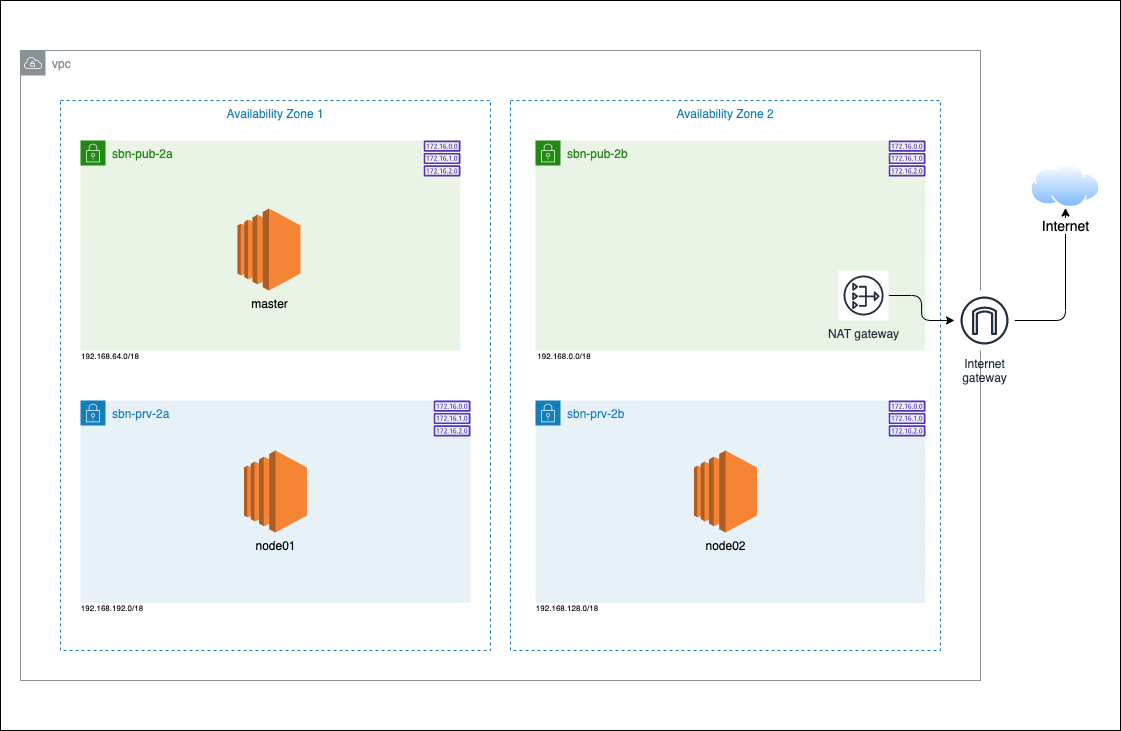
Earlier version of the draw.io export img/diagram_before.png (lessandro-ugulino/ec2-docker-swarm-automation). Source tidied: cells renumbered, new cells last; positions are measured from the earlier drawing's top-left corner, leaving out a move shared by most shapes.
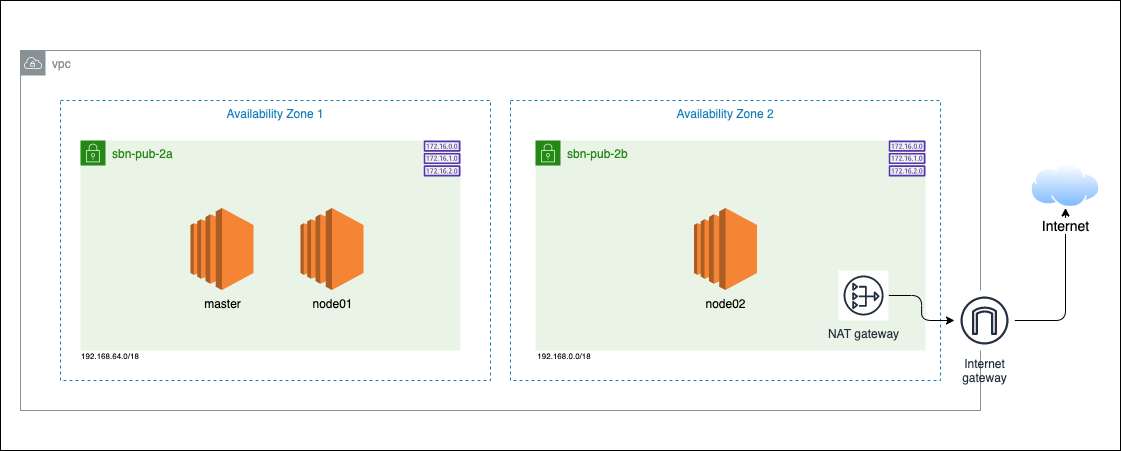
Later version of the same file.

The edit, as a diff of the source:
```diff
@@ -2,21 +2,18 @@
   <root>
     <mxCell id="0" />
     <mxCell id="1" parent="0" />
+    <mxCell id="25" style="rounded=0;whiteSpace=wrap;html=1;strokeColor=#000000;fillColor=none;" parent="1" vertex="1">
+      <mxGeometry width="1120" height="450" as="geometry" />
+    </mxCell>
+    <mxCell id="4" value="vpc" style="gradientColor=none;html=1;whiteSpace=wrap;fontSize=12;fontStyle=0;shape=mxgraph.aws4.group;grIcon=mxgraph.aws4.group_vpc;strokeColor=#879196;fillColor=none;verticalAlign=top;align=left;spacingLeft=30;fontColor=#879196;dashed=0;" parent="1" vertex="1">
+      <mxGeometry x="20" y="50" width="960" height="360" as="geometry" />
+    </mxCell>
     <mxCell id="2" value="Availability Zone 1" style="fillColor=none;strokeColor=#147EBA;dashed=1;verticalAlign=top;fontStyle=0;fontColor=#147EBA;" parent="1" vertex="1">
-      <mxGeometry x="60" y="100" width="430" height="550" as="geometry" />
+      <mxGeometry x="60" y="100" width="430" height="280" as="geometry" />
     </mxCell>
     <mxCell id="3" value="Availability Zone 2" style="fillColor=none;strokeColor=#147EBA;dashed=1;verticalAlign=top;fontStyle=0;fontColor=#147EBA;" parent="1" vertex="1">
-      <mxGeometry x="510" y="100" width="430" height="550" as="geometry" />
+      <mxGeometry x="510" y="100" width="430" height="280" as="geometry" />
     </mxCell>
-    <mxCell id="4" value="vpc" style="gradientColor=none;html=1;whiteSpace=wrap;fontSize=12;fontStyle=0;shape=mxgraph.aws4.group;grIcon=mxgraph.aws4.group_vpc;strokeColor=#879196;fillColor=none;verticalAlign=top;align=left;spacingLeft=30;fontColor=#879196;dashed=0;" parent="1" vertex="1">
-      <mxGeometry x="20" y="50" width="960" height="630" as="geometry" />
-    </mxCell>
-    <mxCell id="5" value="sbn-prv-2b" style="gradientColor=none;html=1;whiteSpace=wrap;fontSize=12;fontStyle=0;shape=mxgraph.aws4.group;grIcon=mxgraph.aws4.group_security_group;grStroke=0;strokeColor=#147EBA;fillColor=#E6F2F8;verticalAlign=top;align=left;spacingLeft=30;fontColor=#147EBA;dashed=0;" parent="1" vertex="1">
-      <mxGeometry x="535" y="400" width="390" height="202.5" as="geometry" />
-    </mxCell>
-    <mxCell id="6" value="sbn-prv-2a" style="gradientColor=none;html=1;whiteSpace=wrap;fontSize=12;fontStyle=0;shape=mxgraph.aws4.group;grIcon=mxgraph.aws4.group_security_group;grStroke=0;strokeColor=#147EBA;fillColor=#E6F2F8;verticalAlign=top;align=left;spacingLeft=30;fontColor=#147EBA;dashed=0;" parent="1" vertex="1">
-      <mxGeometry x="80" y="400" width="390" height="202.5" as="geometry" />
-    </mxCell>
     <mxCell id="7" value="sbn-pub-2b&lt;br&gt;" style="gradientColor=none;html=1;whiteSpace=wrap;fontSize=12;fontStyle=0;shape=mxgraph.aws4.group;grIcon=mxgraph.aws4.group_security_group;grStroke=0;strokeColor=#248814;fillColor=#E9F3E6;verticalAlign=top;align=left;spacingLeft=30;fontColor=#248814;dashed=0;" parent="1" vertex="1">
       <mxGeometry x="535" y="140" width="390" height="210" as="geometry" />
     </mxCell>
@@ -35,12 +32,6 @@
     <mxCell id="12" value="sbn-pub-2a" style="gradientColor=none;html=1;whiteSpace=wrap;fontSize=12;fontStyle=0;shape=mxgraph.aws4.group;grIcon=mxgraph.aws4.group_security_group;grStroke=0;strokeColor=#248814;fillColor=#E9F3E6;verticalAlign=top;align=left;spacingLeft=30;fontColor=#248814;dashed=0;" parent="1" vertex="1">
       <mxGeometry x="80" y="140" width="380" height="210" as="geometry" />
     </mxCell>
-    <mxCell id="13" style="fontColor=#232F3E;gradientColor=none;fillColor=#5A30B5;strokeColor=none;dashed=0;verticalLabelPosition=bottom;verticalAlign=top;align=center;html=1;fontSize=12;fontStyle=0;shape=mxgraph.aws4.route_table;" parent="1" vertex="1">
-      <mxGeometry x="888" y="400" width="37" height="36" as="geometry" />
-    </mxCell>
-    <mxCell id="14" style="fontColor=#232F3E;gradientColor=none;fillColor=#5A30B5;strokeColor=none;dashed=0;verticalLabelPosition=bottom;verticalAlign=top;align=center;html=1;fontSize=12;fontStyle=0;shape=mxgraph.aws4.route_table;" parent="1" vertex="1">
-      <mxGeometry x="433" y="400" width="37" height="36" as="geometry" />
-    </mxCell>
     <mxCell id="15" style="fontColor=#232F3E;gradientColor=none;fillColor=#5A30B5;strokeColor=none;dashed=0;verticalLabelPosition=bottom;verticalAlign=top;align=center;html=1;fontSize=12;fontStyle=0;shape=mxgraph.aws4.route_table;" parent="1" vertex="1">
       <mxGeometry x="423" y="140" width="37" height="36" as="geometry" />
     </mxCell>
@@ -50,12 +41,6 @@
     <mxCell id="17" value="&lt;font style=&quot;font-size: 8px&quot;&gt;192.168.0.0/18&lt;/font&gt;" style="text;html=1;strokeColor=none;fillColor=none;align=center;verticalAlign=middle;whiteSpace=wrap;rounded=0;" parent="1" vertex="1">
       <mxGeometry x="544" y="344" width="40" height="20" as="geometry" />
     </mxCell>
-    <mxCell id="18" value="&lt;font style=&quot;font-size: 8px&quot;&gt;192.168.192.0/18&lt;/font&gt;" style="text;html=1;strokeColor=none;fillColor=none;align=center;verticalAlign=middle;whiteSpace=wrap;rounded=0;" parent="1" vertex="1">
-      <mxGeometry x="92" y="595.5" width="40" height="20" as="geometry" />
-    </mxCell>
-    <mxCell id="19" value="&lt;font style=&quot;font-size: 8px&quot;&gt;192.168.128.0/18&lt;/font&gt;" style="text;html=1;strokeColor=none;fillColor=none;align=center;verticalAlign=middle;whiteSpace=wrap;rounded=0;" parent="1" vertex="1">
-      <mxGeometry x="547" y="595.5" width="40" height="20" as="geometry" />
-    </mxCell>
     <mxCell id="20" value="&lt;font style=&quot;font-size: 14px&quot;&gt;Internet&lt;/font&gt;" style="perimeter=ellipsePerimeter;html=1;align=center;shadow=0;dashed=0;spacingTop=3;image;image=img/lib/active_directory/internet_cloud.svg;strokeColor=#7F00FF;fillColor=#000000;" parent="1" vertex="1">
       <mxGeometry x="1030" y="163.4" width="70" height="44.1" as="geometry" />
     </mxCell>
@@ -63,16 +48,13 @@
       <mxGeometry x="888" y="140" width="37" height="36" as="geometry" />
     </mxCell>
     <mxCell id="22" value="master" style="dashed=0;verticalLabelPosition=bottom;verticalAlign=top;align=center;html=1;shape=mxgraph.aws3.ec2;fillColor=#F58534;gradientColor=none;" parent="1" vertex="1">
-      <mxGeometry x="237" y="208" width="63" height="82" as="geometry" />
+      <mxGeometry x="190" y="207.5" width="63" height="82" as="geometry" />
     </mxCell>
     <mxCell id="23" value="node01" style="dashed=0;verticalLabelPosition=bottom;verticalAlign=top;align=center;html=1;shape=mxgraph.aws3.ec2;fillColor=#F58534;gradientColor=none;" parent="1" vertex="1">
-      <mxGeometry x="243.5" y="450" width="63" height="82" as="geometry" />
+      <mxGeometry x="300" y="207.5" width="63" height="82" as="geometry" />
     </mxCell>
     <mxCell id="24" value="node02" style="dashed=0;verticalLabelPosition=bottom;verticalAlign=top;align=center;html=1;shape=mxgraph.aws3.ec2;fillColor=#F58534;gradientColor=none;" parent="1" vertex="1">
-      <mxGeometry x="693.5" y="450" width="63" height="82" as="geometry" />
+      <mxGeometry x="693.5" y="207.5" width="63" height="82" as="geometry" />
     </mxCell>
-    <mxCell id="25" style="rounded=0;whiteSpace=wrap;html=1;strokeColor=#000000;fillColor=none;" parent="1" vertex="1">
-      <mxGeometry width="1120" height="730" as="geometry" />
-    </mxCell>
   </root>
 </mxGraphModel>
```
